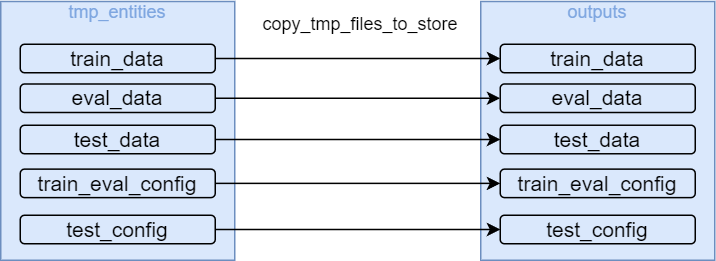
Before: imgs/to_outputs.drawio.png, a diagram exported from draw.io (4-DS/obj_detect_rest-data_prep). Source tidied: cells renumbered, new cells last; positions are measured from the earlier drawing's top-left corner, leaving out a move shared by most shapes.
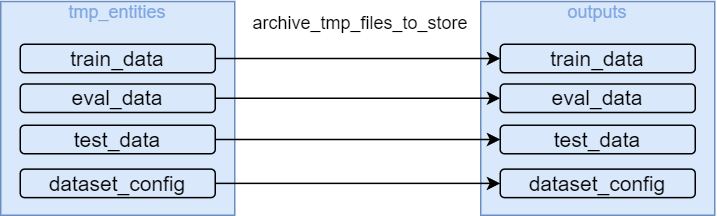
Above is the later version.

What changed in the source:
```diff
@@ -2,8 +2,8 @@
   <root>
     <mxCell id="0" />
     <mxCell id="1" parent="0" />
-    <mxCell id="2" value="&lt;font style=&quot;&quot;&gt;&lt;font style=&quot;&quot; color=&quot;#7ea6e0&quot;&gt;&lt;font style=&quot;&quot;&gt;tmp_entities&lt;/font&gt;&lt;br&gt;&lt;br&gt;&lt;/font&gt;&lt;br&gt;&lt;br&gt;&lt;br&gt;&lt;br&gt;&lt;br&gt;&lt;br&gt;&lt;br&gt;&lt;br&gt;&lt;br&gt;&lt;br&gt;&lt;/font&gt;" style="rounded=0;whiteSpace=wrap;html=1;fillColor=#dae8fc;strokeColor=#6c8ebf;" parent="1" vertex="1">
-      <mxGeometry y="-0.5" width="156" height="172.5" as="geometry" />
+    <mxCell id="2" value="&lt;font style=&quot;&quot;&gt;&lt;font style=&quot;&quot; color=&quot;#7ea6e0&quot;&gt;&lt;font style=&quot;&quot;&gt;tmp_entities&lt;/font&gt;&lt;br&gt;&lt;br&gt;&lt;/font&gt;&lt;br&gt;&lt;br&gt;&lt;br&gt;&lt;br&gt;&lt;br&gt;&lt;br&gt;&lt;br&gt;&lt;br&gt;&lt;/font&gt;" style="rounded=0;whiteSpace=wrap;html=1;fillColor=#dae8fc;strokeColor=#6c8ebf;" parent="1" vertex="1">
+      <mxGeometry y="-0.5" width="156" height="142.5" as="geometry" />
     </mxCell>
     <mxCell id="3" value="&lt;font style=&quot;font-size: 14px;&quot;&gt;train_data&lt;/font&gt;" style="rounded=1;whiteSpace=wrap;html=1;fillColor=#dae8fc;strokeColor=#000000;strokeWidth=1;" parent="1" vertex="1">
       <mxGeometry x="13" y="28" width="130" height="19" as="geometry" />
@@ -14,14 +14,11 @@
     <mxCell id="5" value="&lt;font style=&quot;font-size: 14px;&quot;&gt;test_data&lt;/font&gt;" style="rounded=1;whiteSpace=wrap;html=1;fillColor=#dae8fc;strokeColor=#000000;strokeWidth=1;" parent="1" vertex="1">
       <mxGeometry x="13" y="82" width="130" height="19" as="geometry" />
     </mxCell>
-    <mxCell id="6" value="&lt;font style=&quot;font-size: 14px;&quot;&gt;train_eval_config&lt;/font&gt;" style="rounded=1;whiteSpace=wrap;html=1;fillColor=#dae8fc;strokeColor=#000000;strokeWidth=1;" parent="1" vertex="1">
+    <mxCell id="6" value="&lt;font style=&quot;font-size: 14px;&quot;&gt;dataset_config&lt;/font&gt;" style="rounded=1;whiteSpace=wrap;html=1;fillColor=#dae8fc;strokeColor=#000000;strokeWidth=1;" parent="1" vertex="1">
       <mxGeometry x="13" y="111.2" width="130" height="19" as="geometry" />
     </mxCell>
-    <mxCell id="7" value="&lt;font style=&quot;font-size: 14px;&quot;&gt;test_config&lt;/font&gt;" style="rounded=1;whiteSpace=wrap;html=1;fillColor=#dae8fc;strokeColor=#000000;strokeWidth=1;" parent="1" vertex="1">
-      <mxGeometry x="13" y="142" width="130" height="19" as="geometry" />
-    </mxCell>
-    <mxCell id="8" value="&lt;font style=&quot;&quot;&gt;&lt;font style=&quot;&quot; color=&quot;#7ea6e0&quot;&gt;&lt;font style=&quot;&quot;&gt;outputs&lt;/font&gt;&lt;br&gt;&lt;br&gt;&lt;/font&gt;&lt;br&gt;&lt;br&gt;&lt;br&gt;&lt;br&gt;&lt;br&gt;&lt;br&gt;&lt;br&gt;&lt;br&gt;&lt;br&gt;&lt;br&gt;&lt;/font&gt;" style="rounded=0;whiteSpace=wrap;html=1;fillColor=#dae8fc;strokeColor=#6c8ebf;" parent="1" vertex="1">
-      <mxGeometry x="320" y="-0.5" width="156" height="172.5" as="geometry" />
+    <mxCell id="8" value="&lt;font style=&quot;&quot;&gt;&lt;font style=&quot;&quot; color=&quot;#7ea6e0&quot;&gt;&lt;font style=&quot;&quot;&gt;outputs&lt;/font&gt;&lt;br&gt;&lt;br&gt;&lt;/font&gt;&lt;br&gt;&lt;br&gt;&lt;br&gt;&lt;br&gt;&lt;br&gt;&lt;br&gt;&lt;br&gt;&lt;br&gt;&lt;/font&gt;" style="rounded=0;whiteSpace=wrap;html=1;fillColor=#dae8fc;strokeColor=#6c8ebf;" parent="1" vertex="1">
+      <mxGeometry x="320" y="-0.5" width="156" height="142.5" as="geometry" />
     </mxCell>
     <mxCell id="9" value="&lt;font style=&quot;font-size: 14px;&quot;&gt;train_data&lt;/font&gt;" style="rounded=1;whiteSpace=wrap;html=1;fillColor=#dae8fc;strokeColor=#000000;strokeWidth=1;" parent="1" vertex="1">
       <mxGeometry x="333" y="28" width="130" height="19" as="geometry" />
@@ -32,12 +29,9 @@
     <mxCell id="11" value="&lt;font style=&quot;font-size: 14px;&quot;&gt;test_data&lt;/font&gt;" style="rounded=1;whiteSpace=wrap;html=1;fillColor=#dae8fc;strokeColor=#000000;strokeWidth=1;" parent="1" vertex="1">
       <mxGeometry x="333" y="82" width="130" height="19" as="geometry" />
     </mxCell>
-    <mxCell id="12" value="&lt;font style=&quot;font-size: 14px;&quot;&gt;train_eval_config&lt;/font&gt;" style="rounded=1;whiteSpace=wrap;html=1;fillColor=#dae8fc;strokeColor=#000000;strokeWidth=1;" parent="1" vertex="1">
+    <mxCell id="12" value="&lt;font style=&quot;font-size: 14px;&quot;&gt;dataset_config&lt;/font&gt;" style="rounded=1;whiteSpace=wrap;html=1;fillColor=#dae8fc;strokeColor=#000000;strokeWidth=1;" parent="1" vertex="1">
       <mxGeometry x="333" y="111.2" width="130" height="19" as="geometry" />
     </mxCell>
-    <mxCell id="13" value="&lt;font style=&quot;font-size: 14px;&quot;&gt;test_config&lt;/font&gt;" style="rounded=1;whiteSpace=wrap;html=1;fillColor=#dae8fc;strokeColor=#000000;strokeWidth=1;" parent="1" vertex="1">
-      <mxGeometry x="333" y="142" width="130" height="19" as="geometry" />
-    </mxCell>
     <mxCell id="14" style="edgeStyle=orthogonalEdgeStyle;rounded=0;jettySize=auto;html=1;" parent="1" edge="1" source="4" target="10">
       <mxGeometry relative="1" as="geometry" />
     </mxCell>
@@ -50,10 +44,7 @@
     <mxCell id="17" style="edgeStyle=orthogonalEdgeStyle;rounded=0;jettySize=auto;html=1;entryX=0;entryY=0.5;entryDx=0;entryDy=0;" parent="1" edge="1" source="5" target="11">
       <mxGeometry relative="1" as="geometry" />
     </mxCell>
-    <mxCell id="18" style="edgeStyle=orthogonalEdgeStyle;rounded=0;jettySize=auto;html=1;" parent="1" edge="1" source="7" target="13">
-      <mxGeometry relative="1" as="geometry" />
-    </mxCell>
-    <mxCell id="19" value="copy_tmp_files_to_store" style="text;html=1;strokeColor=none;fillColor=none;align=center;verticalAlign=middle;whiteSpace=wrap;rounded=0;" parent="1" vertex="1">
+    <mxCell id="19" value="archive_tmp_files_to_store" style="text;html=1;strokeColor=none;fillColor=none;align=center;verticalAlign=middle;whiteSpace=wrap;rounded=0;" parent="1" vertex="1">
       <mxGeometry x="210" y="-0.5" width="60" height="30" as="geometry" />
     </mxCell>
   </root>
```
